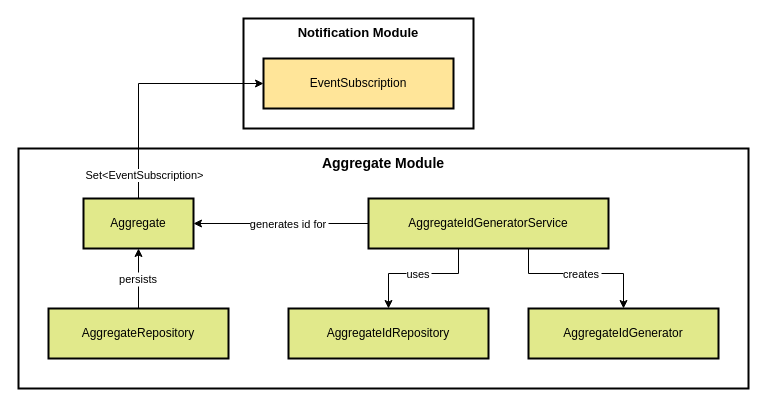
The draw.io diagram data/figs/architecture/layers/layers_aggregate.drawio in socialsoftware/microservices-simulator, before the edit. Source tidied: cells renumbered, new cells numbered last; positions are measured from the earlier drawing's top-left corner, leaving out a move shared by most shapes. Both pictures are drawn from the tidied source at 100%, with x=0, y=0 at pixel (18, 18).
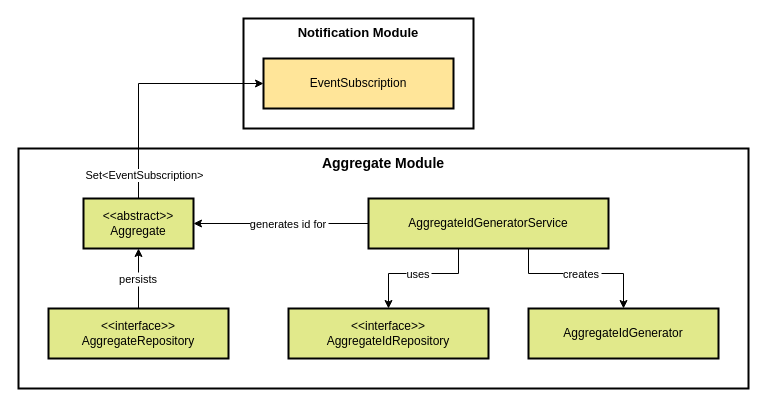
After the change.

What changed in the source:
```diff
@@
-    <mxCell id="4" value="AggregateRepository" style="whiteSpace=wrap;strokeWidth=2;fillColor=#E1E98B;strokeColor=#000000;" parent="1" vertex="1">
+    <mxCell id="4" value="&lt;&lt;interface&gt;&gt;&#10;AggregateRepository" style="whiteSpace=wrap;strokeWidth=2;fillColor=#E1E98B;strokeColor=#000000;" parent="1" vertex="1">
       <mxGeometry x="30" y="290" width="180" height="50" as="geometry" />
     </mxCell>
-    <mxCell id="5" value="Aggregate" style="whiteSpace=wrap;strokeWidth=2;fillColor=#E1E98B;strokeColor=#000000;" parent="1" vertex="1">
+    <mxCell id="5" value="&lt;&lt;abstract&gt;&gt;&#10;Aggregate" style="whiteSpace=wrap;strokeWidth=2;fillColor=#E1E98B;strokeColor=#000000;" parent="1" vertex="1">
       <mxGeometry x="65" y="180" width="110" height="50" as="geometry" />
     </mxCell>
@@
-    <mxCell id="7" value="AggregateIdRepository" style="whiteSpace=wrap;strokeWidth=2;fillColor=#E1E98B;strokeColor=#000000;" parent="1" vertex="1">
+    <mxCell id="7" value="&lt;&lt;interface&gt;&gt;&#10;AggregateIdRepository" style="whiteSpace=wrap;strokeWidth=2;fillColor=#E1E98B;strokeColor=#000000;" parent="1" vertex="1">
       <mxGeometry x="270" y="290" width="200" height="50" as="geometry" />
     </mxCell>
```
